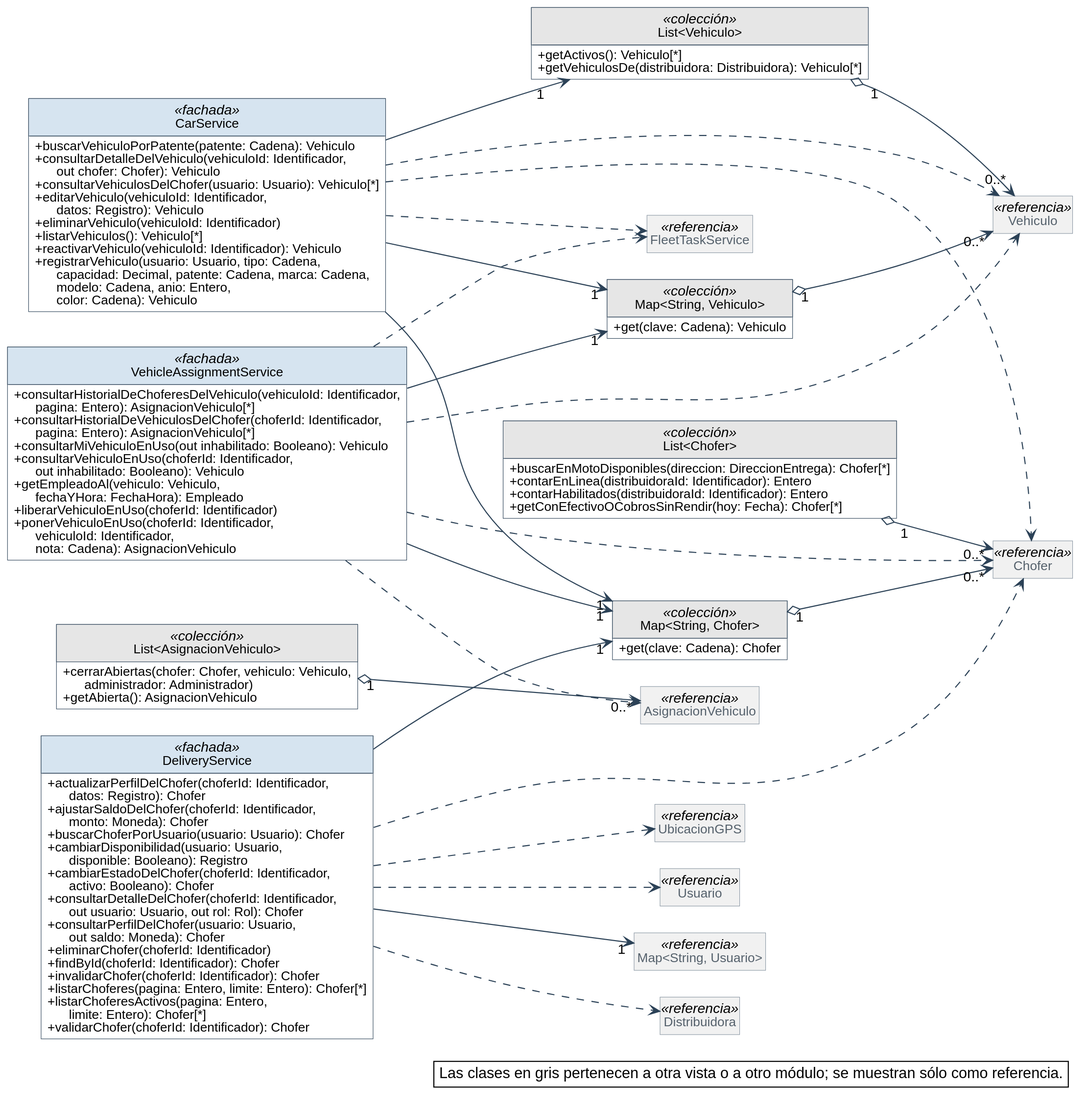
This is diagramas/clases-diseno/DC_Mod_Choferes-y-vehiculos.svg from Nahuelito-Dev/splg-docs, a PlantUML export, as it was before one commit.
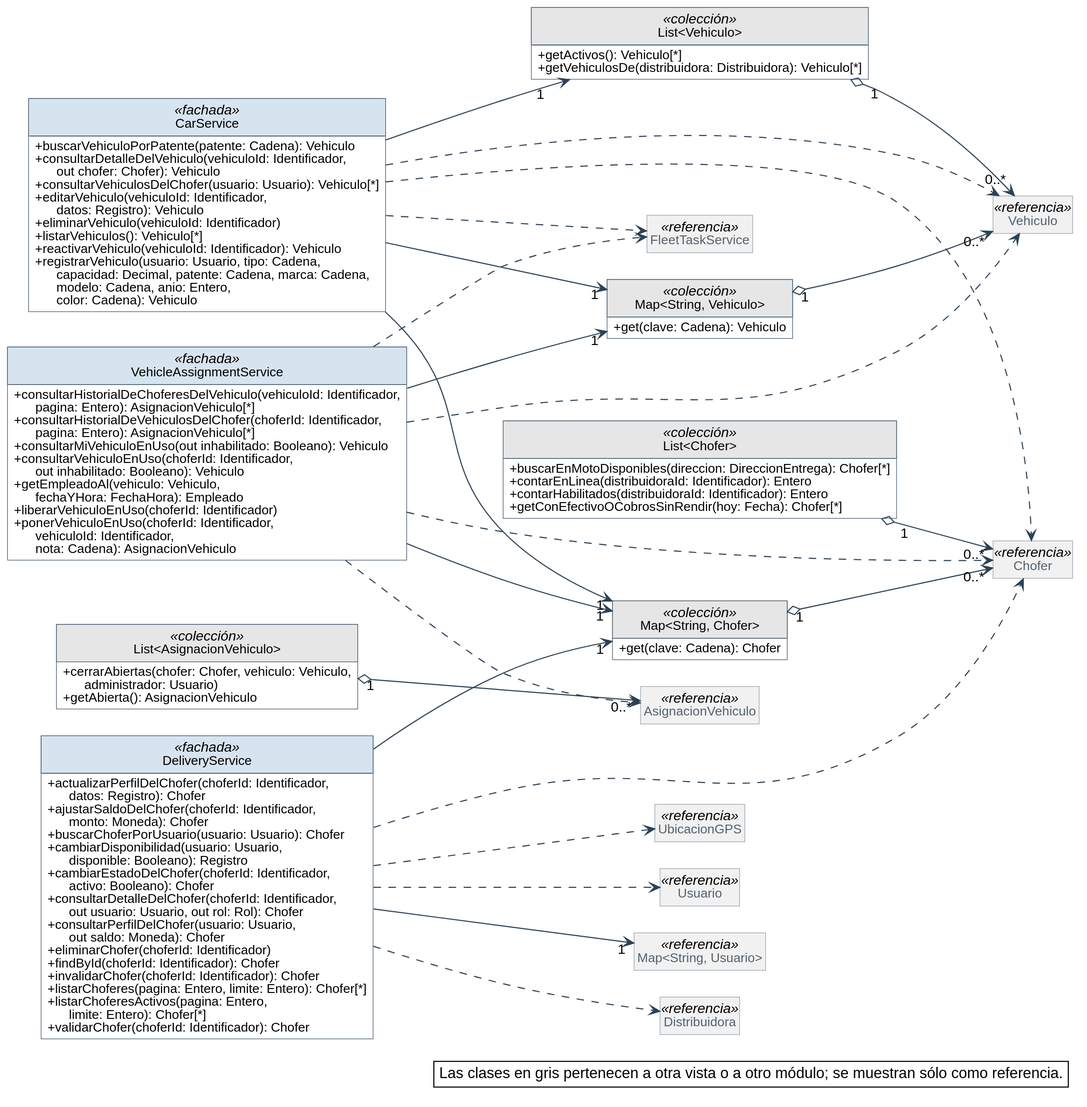
After the commit.

Change to the diagram source:
```diff
@@ -111,7 +111,7 @@
   + ponerVehiculoEnUso(choferId: Identificador,\n      vehiculoId: Identificador,\n      nota: Cadena): AsignacionVehiculo
 }
 class "List<AsignacionVehiculo>" as List_AsignacionVehiculo <<colección>> {
-  + cerrarAbiertas(chofer: Chofer, vehiculo: Vehiculo,\n      administrador: Administrador)
+  + cerrarAbiertas(chofer: Chofer, vehiculo: Vehiculo,\n      administrador: Usuario)
   + getAbierta(): AsignacionVehiculo
 }
 class Chofer <<referencia>>
```
